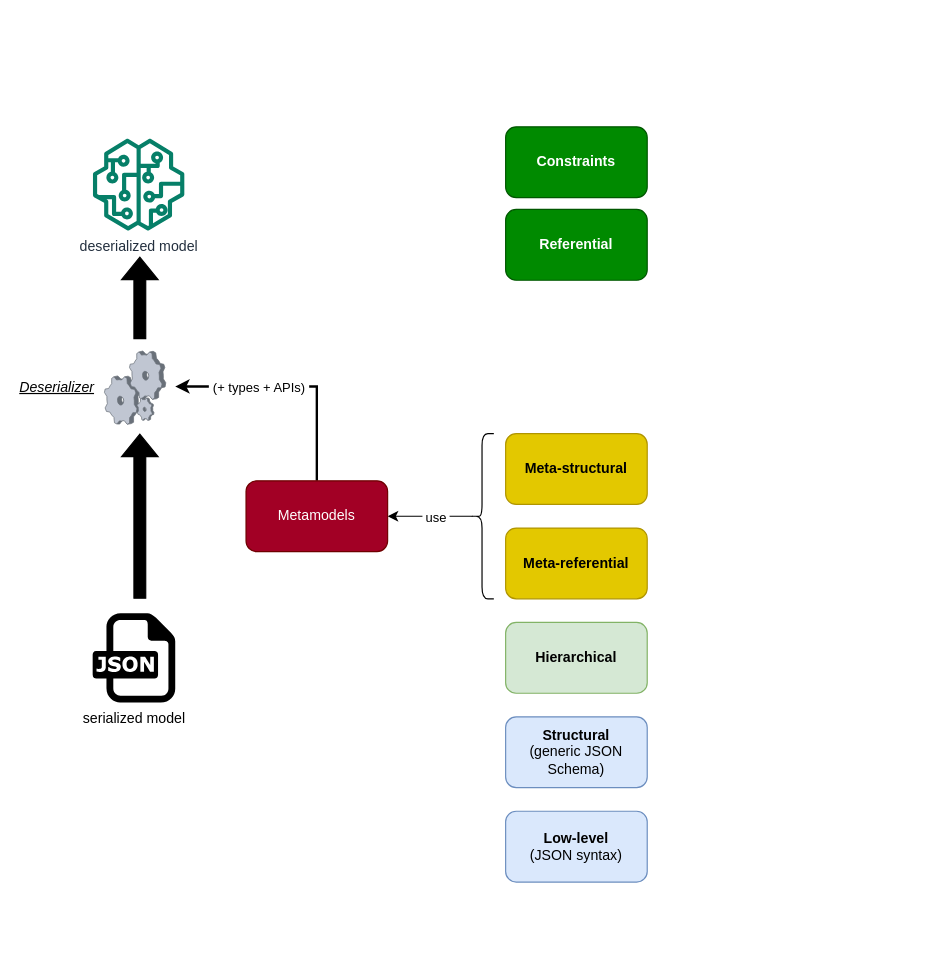
This is resources/correctness-diagrams/levels.drawio from LIonWeb-org/organization, a draw.io file, before an edit. Source tidied: cells renumbered, new cells numbered last; positions are measured from the earlier drawing's top-left corner, leaving out a move shared by most shapes. Both pictures are drawn from the tidied source at 118%, with x=0, y=0 at pixel (21, 126).
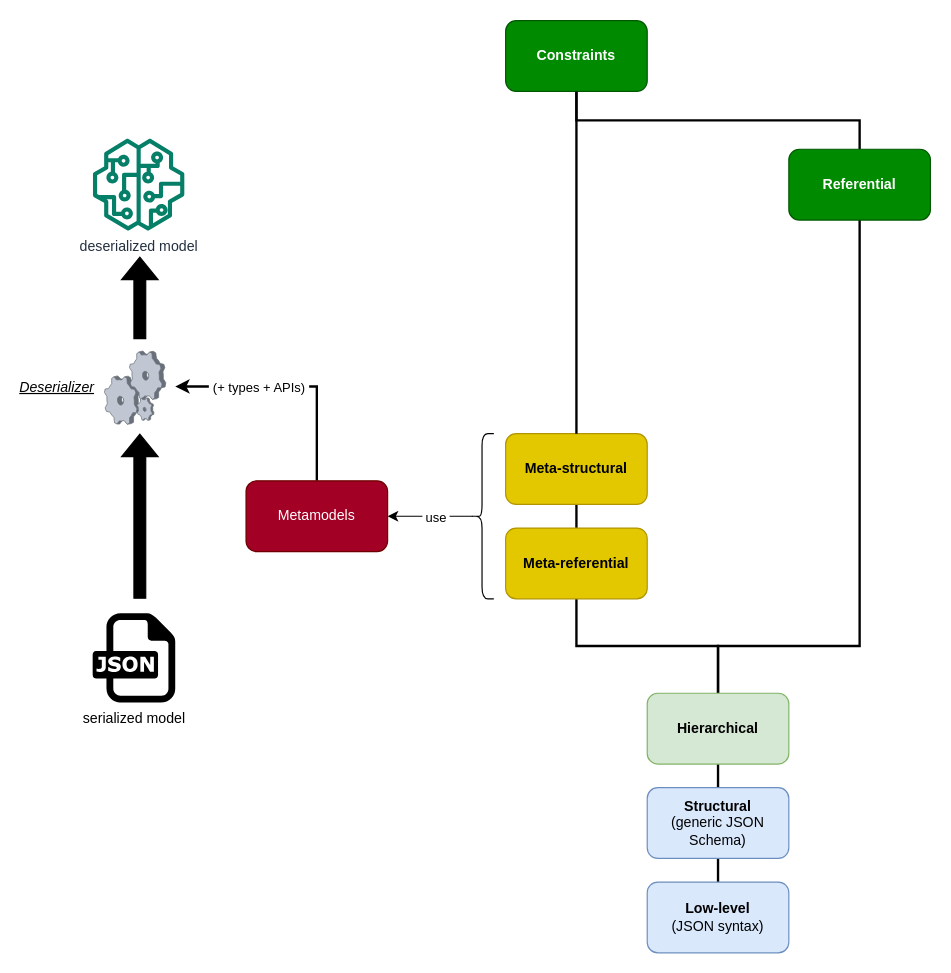
The same diagram, later.

Unchanged cells that the change refers to:
```xml
<mxCell id="6" value="&lt;b&gt;Meta-referential&lt;/b&gt;" style="rounded=1;whiteSpace=wrap;html=1;fillColor=#e3c800;strokeColor=#B09500;fontColor=#000000;" parent="1" vertex="1">
  <mxGeometry x="410" y="340" width="120" height="60" as="geometry" />
</mxCell>
<mxCell id="7" value="&lt;b&gt;Meta-structural&lt;/b&gt;" style="rounded=1;whiteSpace=wrap;html=1;fillColor=#e3c800;strokeColor=#B09500;fontColor=#000000;" parent="1" vertex="1">
  <mxGeometry x="410" y="260" width="120" height="60" as="geometry" />
</mxCell>
```

Diff of the diagram source:
```diff
@@
+    <mxCell id="21" style="edgeStyle=orthogonalEdgeStyle;rounded=0;jettySize=auto;html=1;exitX=0.5;exitY=0;exitDx=0;exitDy=0;entryX=0.5;entryY=1;entryDx=0;entryDy=0;strokeWidth=2;endArrow=none;endFill=0;" parent="1" edge="1" source="2" target="3">
+      <mxGeometry relative="1" as="geometry" />
+    </mxCell>
     <mxCell id="2" value="&lt;b&gt;Low-level&lt;/b&gt;&lt;br&gt;(JSON syntax)" style="rounded=1;whiteSpace=wrap;html=1;fillColor=#dae8fc;strokeColor=#6c8ebf;" parent="1" vertex="1">
-      <mxGeometry x="410" y="580" width="120" height="60" as="geometry" />
+      <mxGeometry x="530" y="640" width="120" height="60" as="geometry" />
     </mxCell>
+    <mxCell id="22" style="edgeStyle=orthogonalEdgeStyle;rounded=0;jettySize=auto;html=1;exitX=0.5;exitY=0;exitDx=0;exitDy=0;entryX=0.5;entryY=1;entryDx=0;entryDy=0;strokeWidth=2;endArrow=none;endFill=0;" parent="1" edge="1" source="3" target="4">
+      <mxGeometry relative="1" as="geometry" />
+    </mxCell>
     <mxCell id="3" value="&lt;b&gt;Structural&lt;/b&gt;&lt;br&gt;(generic JSON Schema)" style="rounded=1;whiteSpace=wrap;html=1;fillColor=#dae8fc;strokeColor=#6c8ebf;" parent="1" vertex="1">
-      <mxGeometry x="410" y="500" width="120" height="60" as="geometry" />
+      <mxGeometry x="530" y="560" width="120" height="60" as="geometry" />
     </mxCell>
+    <mxCell id="23" style="edgeStyle=orthogonalEdgeStyle;rounded=0;jettySize=auto;html=1;exitX=0.5;exitY=0;exitDx=0;exitDy=0;entryX=0.5;entryY=1;entryDx=0;entryDy=0;strokeWidth=2;endArrow=none;endFill=0;" parent="1" edge="1" source="4" target="6">
+      <mxGeometry relative="1" as="geometry" />
+    </mxCell>
+    <mxCell id="24" style="edgeStyle=orthogonalEdgeStyle;rounded=0;jettySize=auto;html=1;exitX=0.5;exitY=0;exitDx=0;exitDy=0;entryX=0.5;entryY=1;entryDx=0;entryDy=0;strokeWidth=2;endArrow=none;endFill=0;" parent="1" edge="1" source="4" target="19">
+      <mxGeometry relative="1" as="geometry">
+        <Array as="points">
+          <mxPoint x="590" y="440" />
+          <mxPoint x="710" y="440" />
+        </Array>
+      </mxGeometry>
+    </mxCell>
     <mxCell id="4" value="&lt;b&gt;Hierarchical&lt;/b&gt;" style="rounded=1;whiteSpace=wrap;html=1;fillColor=#d5e8d4;strokeColor=#82b366;" parent="1" vertex="1">
-      <mxGeometry x="410" y="420" width="120" height="60" as="geometry" />
+      <mxGeometry x="530" y="480" width="120" height="60" as="geometry" />
     </mxCell>
@@
+    <mxCell id="25" style="edgeStyle=orthogonalEdgeStyle;rounded=0;jettySize=auto;html=1;exitX=0.5;exitY=0;exitDx=0;exitDy=0;entryX=0.5;entryY=1;entryDx=0;entryDy=0;strokeWidth=2;endArrow=none;endFill=0;" parent="1" edge="1" source="6" target="7">
+      <mxGeometry relative="1" as="geometry" />
+    </mxCell>
@@
+    <mxCell id="26" style="edgeStyle=orthogonalEdgeStyle;rounded=0;jettySize=auto;html=1;exitX=0.5;exitY=0;exitDx=0;exitDy=0;entryX=0.5;entryY=1;entryDx=0;entryDy=0;strokeWidth=2;endArrow=none;endFill=0;" parent="1" edge="1" source="19" target="20">
+      <mxGeometry relative="1" as="geometry" />
+    </mxCell>
     <mxCell id="19" value="&lt;b&gt;Referential&lt;/b&gt;" style="rounded=1;whiteSpace=wrap;html=1;fillColor=#008a00;strokeColor=#005700;fontColor=#ffffff;" parent="1" vertex="1">
-      <mxGeometry x="410" y="70" width="120" height="60" as="geometry" />
+      <mxGeometry x="650" y="19" width="120" height="60" as="geometry" />
     </mxCell>
     <mxCell id="20" value="&lt;b&gt;Constraints&lt;/b&gt;" style="rounded=1;whiteSpace=wrap;html=1;fillColor=#008a00;strokeColor=#005700;fontColor=#ffffff;" parent="1" vertex="1">
-      <mxGeometry x="410" width="120" height="60" as="geometry" />
+      <mxGeometry x="410" y="-90" width="120" height="60" as="geometry" />
     </mxCell>
+    <mxCell id="27" style="endArrow=none;html=1;rounded=0;strokeWidth=2;exitX=0.5;exitY=0;exitDx=0;exitDy=0;entryX=0.5;entryY=1;entryDx=0;entryDy=0;" parent="1" edge="1" source="7" target="20">
+      <mxGeometry relative="1" as="geometry" />
+    </mxCell>
```
